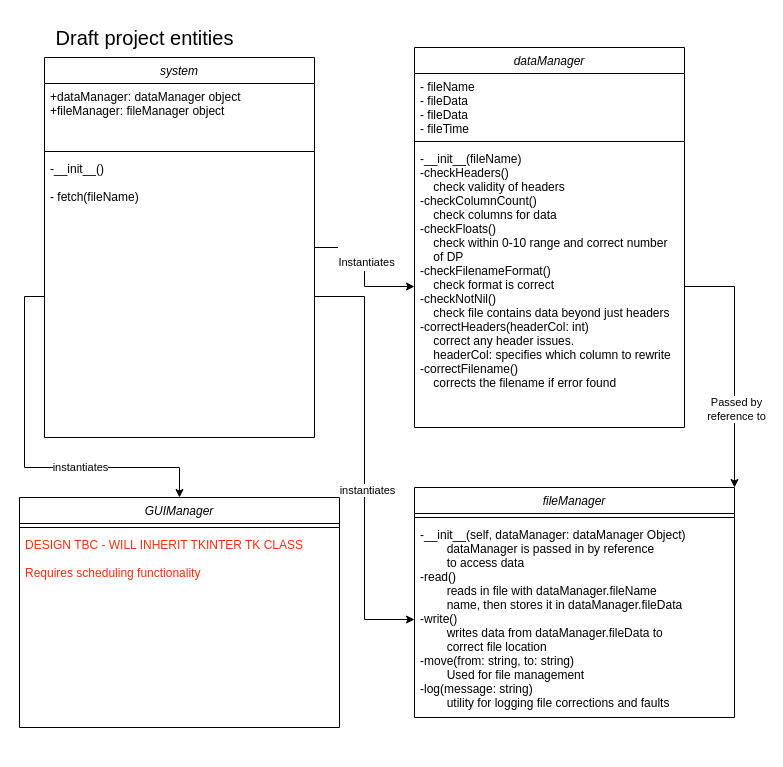
The draw.io diagram design/classes.drawio in tigersontoast/cfproject, before the edit. Source tidied: cells renumbered, new cells numbered last; positions are measured from the earlier drawing's top-left corner, leaving out a move shared by most shapes. Both pictures are drawn from the tidied source at 100%, with x=0, y=0 at pixel (19, 17).
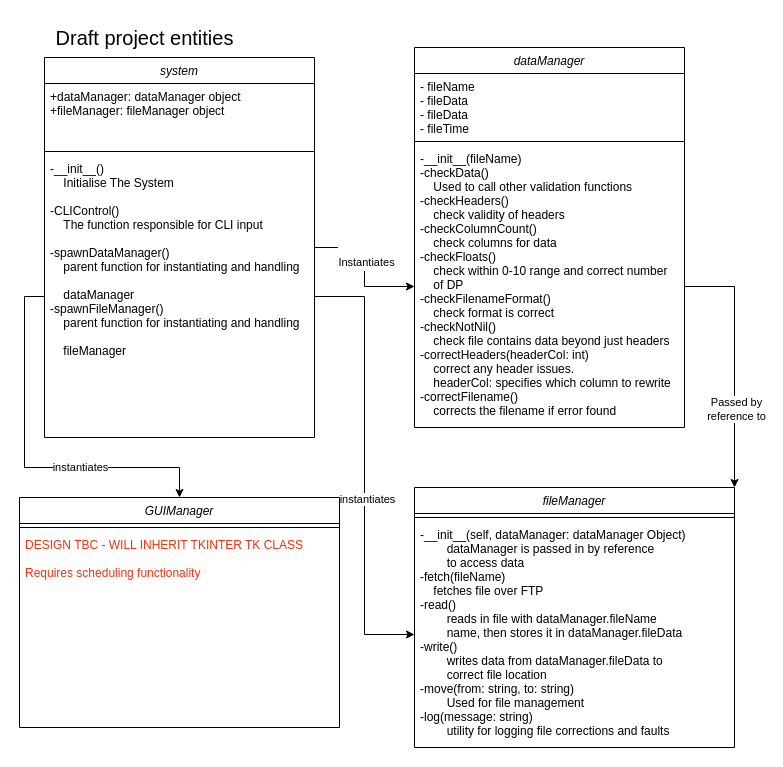
After the change.

Commit message (it also covers changes not shown here):
Added fileManager stubs

Unchanged cells that the change refers to:
```xml
<mxCell id="2" value="dataManager" style="swimlane;fontStyle=2;align=center;verticalAlign=top;horizontal=1;startSize=26;rounded=0;shadow=0;strokeWidth=1;" parent="1" vertex="1">
  <mxGeometry x="395" y="30" width="270" height="380" as="geometry" />
</mxCell>
<mxCell id="11" value="system" style="swimlane;fontStyle=2;align=center;verticalAlign=top;horizontal=1;startSize=26;rounded=0;shadow=0;strokeWidth=1;" parent="1" vertex="1">
  <mxGeometry x="25" y="40" width="270" height="380" as="geometry" />
</mxCell>
```

The edit, as a diff of the source:
```diff
@@
-    <mxCell id="5" value="-__init__(fileName)&#10;-checkHeaders()&#10;    check validity of headers&#10;-checkColumnCount()&#10;    check columns for data &#10;-checkFloats()&#10;    check within 0-10 range and correct number &#10;    of DP&#10;-checkFilenameFormat()&#10;    check format is correct&#10;-checkNotNil()&#10;    check file contains data beyond just headers&#10;-correctHeaders(headerCol: int)&#10;    correct any header issues.&#10;    headerCol: specifies which column to rewrite &#10;-correctFilename()&#10;    corrects the filename if error found&#10;" style="text;align=left;verticalAlign=top;spacingLeft=4;spacingRight=4;overflow=hidden;points=[[0,0.5],[1,0.5]];portConstraint=eastwest;" parent="2" vertex="1">
+    <mxCell id="5" value="-__init__(fileName)&#10;-checkData()&#10;    Used to call other validation functions&#10;-checkHeaders()&#10;    check validity of headers&#10;-checkColumnCount()&#10;    check columns for data &#10;-checkFloats()&#10;    check within 0-10 range and correct number &#10;    of DP&#10;-checkFilenameFormat()&#10;    check format is correct&#10;-checkNotNil()&#10;    check file contains data beyond just headers&#10;-correctHeaders(headerCol: int)&#10;    correct any header issues.&#10;    headerCol: specifies which column to rewrite &#10;-correctFilename()&#10;    corrects the filename if error found&#10;" style="text;align=left;verticalAlign=top;spacingLeft=4;spacingRight=4;overflow=hidden;points=[[0,0.5],[1,0.5]];portConstraint=eastwest;" parent="2" vertex="1">
       <mxGeometry y="98" width="270" height="282" as="geometry" />
     </mxCell>
     <mxCell id="6" value="fileManager" style="swimlane;fontStyle=2;align=center;verticalAlign=top;horizontal=1;startSize=26;rounded=0;shadow=0;strokeWidth=1;" parent="1" vertex="1">
-      <mxGeometry x="395" y="470" width="320" height="230" as="geometry" />
+      <mxGeometry x="395" y="470" width="320" height="260" as="geometry" />
     </mxCell>
@@
-    <mxCell id="8" value="-__init__(self, dataManager: dataManager Object) &#10;        dataManager is passed in by reference &#10;        to access data&#10;-read()&#10;        reads in file with dataManager.fileName&#10;        name, then stores it in dataManager.fileData&#10;-write()&#10;        writes data from dataManager.fileData to &#10;        correct file location&#10;-move(from: string, to: string)&#10;        Used for file management&#10;-log(message: string)&#10;        utility for logging file corrections and faults" style="text;align=left;verticalAlign=top;spacingLeft=4;spacingRight=4;overflow=hidden;points=[[0,0.5],[1,0.5]];portConstraint=eastwest;fontStyle=0;" parent="6" vertex="1">
-      <mxGeometry y="34" width="320" height="196" as="geometry" />
+    <mxCell id="8" value="-__init__(self, dataManager: dataManager Object) &#10;        dataManager is passed in by reference &#10;        to access data&#10;-fetch(fileName)&#10;    fetches file over FTP&#10;-read()&#10;        reads in file with dataManager.fileName&#10;        name, then stores it in dataManager.fileData&#10;-write()&#10;        writes data from dataManager.fileData to &#10;        correct file location&#10;-move(from: string, to: string)&#10;        Used for file management&#10;-log(message: string)&#10;        utility for logging file corrections and faults" style="text;align=left;verticalAlign=top;spacingLeft=4;spacingRight=4;overflow=hidden;points=[[0,0.5],[1,0.5]];portConstraint=eastwest;fontStyle=0;" parent="6" vertex="1">
+      <mxGeometry y="34" width="320" height="226" as="geometry" />
     </mxCell>
@@
-    <mxCell id="14" value="-__init__()&#10;&#10;- fetch(fileName)" style="text;align=left;verticalAlign=top;spacingLeft=4;spacingRight=4;overflow=hidden;points=[[0,0.5],[1,0.5]];portConstraint=eastwest;" parent="11" vertex="1">
+    <mxCell id="14" value="-__init__()&#10;    Initialise The System&#10;&#10;-CLIControl()&#10;    The function responsible for CLI input&#10;&#10;-spawnDataManager()&#10;    parent function for instantiating and handling&#10;&#10;    dataManager&#10;-spawnFileManager()&#10;    parent function for instantiating and handling&#10;&#10;    fileManager&#10;" style="text;align=left;verticalAlign=top;spacingLeft=4;spacingRight=4;overflow=hidden;points=[[0,0.5],[1,0.5]];portConstraint=eastwest;" parent="11" vertex="1">
       <mxGeometry y="98" width="270" height="282" as="geometry" />
     </mxCell>
```
